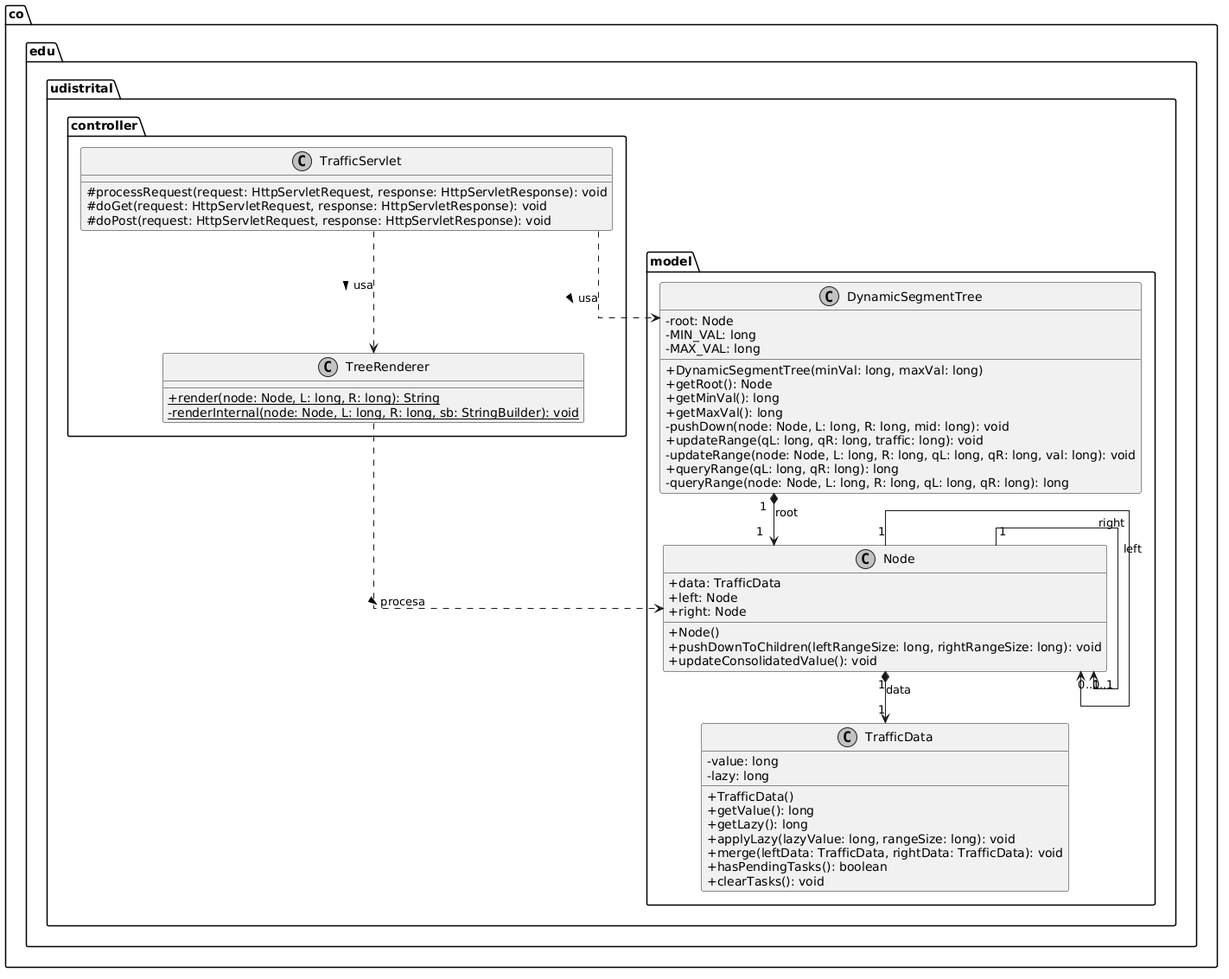
This is diagrams/clases.png from Jimmy86gb/TimeStamps, a PlantUML export, as it was before one commit. Its diagram source:
```plantuml
@startuml
skinparam linetype ortho
skinparam classAttributeIconSize 0
skinparam monochrome true
skinparam shadowing false

package "co.edu.udistrital.controller" {
    class TrafficServlet {
        # processRequest(request: HttpServletRequest, response: HttpServletResponse): void
        # doGet(request: HttpServletRequest, response: HttpServletResponse): void
        # doPost(request: HttpServletRequest, response: HttpServletResponse): void
    }

    class TreeRenderer {
        + {static} render(node: Node, L: long, R: long): String
        - {static} renderInternal(node: Node, L: long, R: long, sb: StringBuilder): void
    }
}

package "co.edu.udistrital.model" {
    class DynamicSegmentTree {
        - root: Node
        - MIN_VAL: long
        - MAX_VAL: long
        + DynamicSegmentTree(minVal: long, maxVal: long)
        + getRoot(): Node
        + getMinVal(): long
        + getMaxVal(): long
        - pushDown(node: Node, L: long, R: long, mid: long): void
        + updateRange(qL: long, qR: long, traffic: long): void
        - updateRange(node: Node, L: long, R: long, qL: long, qR: long, val: long): void
        + queryRange(qL: long, qR: long): long
        - queryRange(node: Node, L: long, R: long, qL: long, qR: long): long
    }

    class Node {
        + data: TrafficData
        + left: Node
        + right: Node
        + Node()
        + pushDownToChildren(leftRangeSize: long, rightRangeSize: long): void
        + updateConsolidatedValue(): void
    }

    class TrafficData {
        - value: long
        - lazy: long
        + TrafficData()
        + getValue(): long
        + getLazy(): long
        + applyLazy(lazyValue: long, rangeSize: long): void
        + merge(leftData: TrafficData, rightData: TrafficData): void
        + hasPendingTasks(): boolean
        + clearTasks(): void
    }
}

TrafficServlet ..> DynamicSegmentTree : usa >
TrafficServlet ..> TreeRenderer : usa >
TreeRenderer ..> Node : procesa >

DynamicSegmentTree "1" *--> "1" Node : root
Node "1" *--> "1" TrafficData : data

Node "1" --> "0..1" Node : left
Node "1" --> "0..1" Node : right
@enduml
```
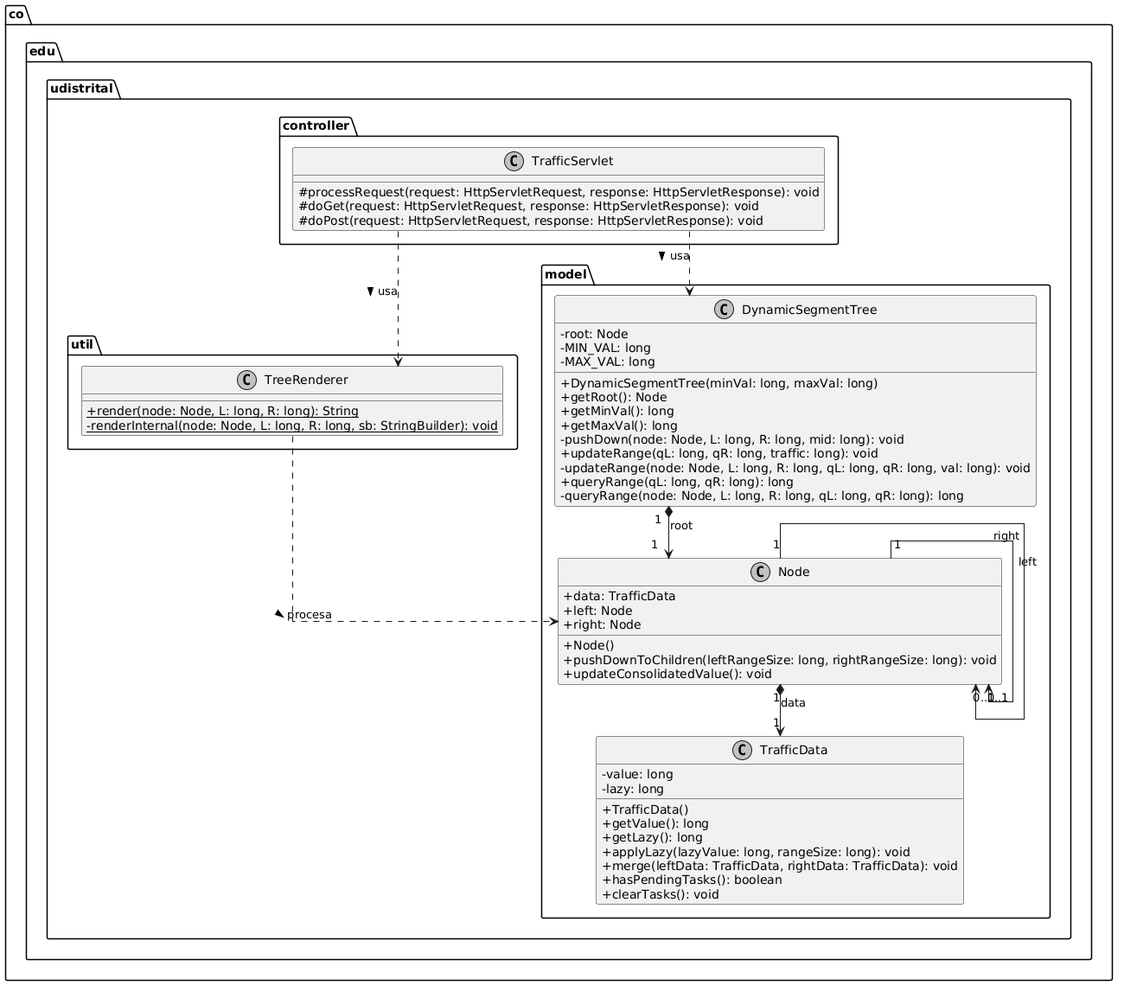
The same file after the commit.

Commit message:
Diagrama de Clases Actualizado

Diff of the diagram source:
```diff
@@ -1,5 +1,7 @@
 @startuml
 skinparam linetype ortho
+skinparam nodesep 60
+skinparam ranksep 60
 skinparam classAttributeIconSize 0
 skinparam monochrome true
 skinparam shadowing false
@@ -10,7 +12,9 @@
         # doGet(request: HttpServletRequest, response: HttpServletResponse): void
         # doPost(request: HttpServletRequest, response: HttpServletResponse): void
     }
+}
 
+package "co.edu.udistrital.util" {
     class TreeRenderer {
         + {static} render(node: Node, L: long, R: long): String
         - {static} renderInternal(node: Node, L: long, R: long, sb: StringBuilder): void
```
